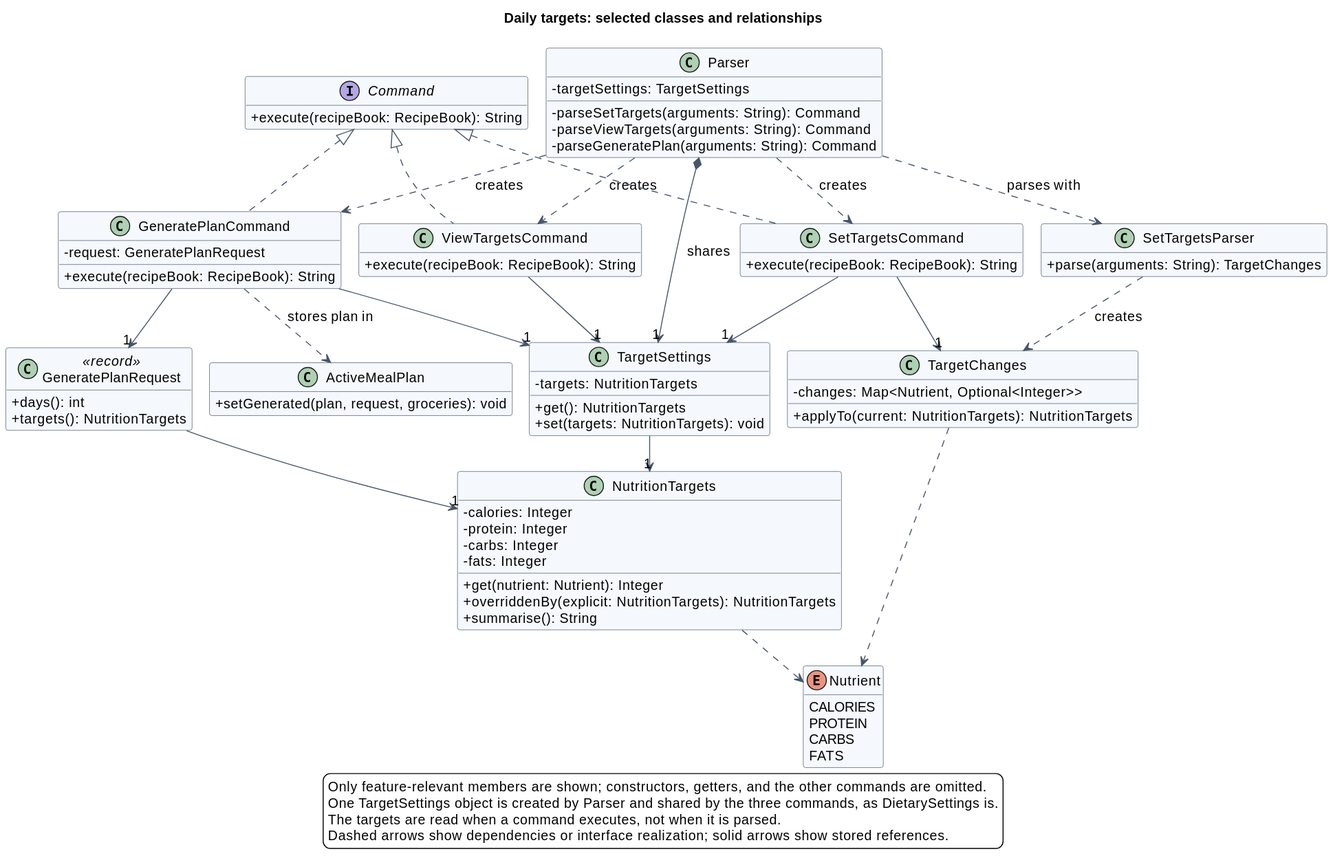
Earlier version of the PlantUML export docs/images/targets/classes.svg (AY2627S1-CS2113-W13-4/tp).
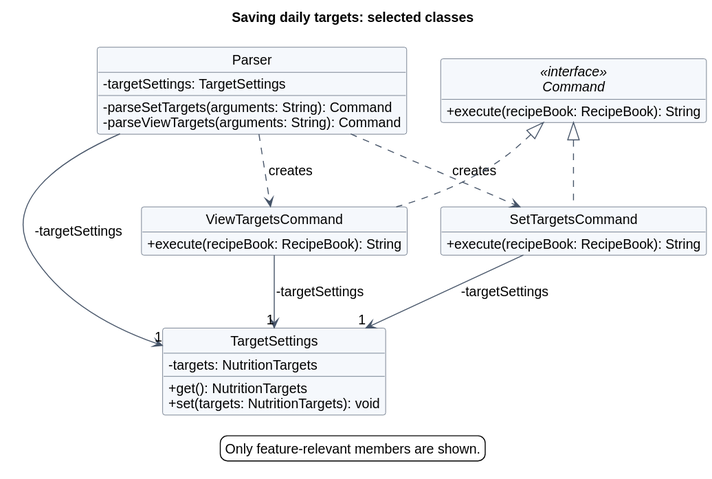
Above is the later version.

What changed in the source:
```diff
@@ -1,23 +1,20 @@
 @startuml
 !pragma layout smetana
-!include ../shortfall/style.iuml
+!include ../rixte/shortfall/style.iuml
+hide circle
 
-title Daily targets: selected classes and relationships
+title Saving daily targets: selected classes
 top to bottom direction
-skinparam nodesep 45
-skinparam ranksep 70
+skinparam nodesep 35
+skinparam ranksep 55
 hide empty members
 
 class Parser {
   - targetSettings: TargetSettings
   - parseSetTargets(arguments: String): Command
   - parseViewTargets(arguments: String): Command
-  - parseGeneratePlan(arguments: String): Command
 }
-class SetTargetsParser {
-  + parse(arguments: String): TargetChanges
-}
-interface Command {
+interface Command <<interface>> {
   + execute(recipeBook: RecipeBook): String
 }
 class SetTargetsCommand {
@@ -26,66 +23,19 @@
 class ViewTargetsCommand {
   + execute(recipeBook: RecipeBook): String
 }
-class GeneratePlanCommand {
-  - request: GeneratePlanRequest
-  + execute(recipeBook: RecipeBook): String
-}
-class TargetChanges {
-  - changes: Map<Nutrient, Optional<Integer>>
-  + applyTo(current: NutritionTargets): NutritionTargets
-}
 class TargetSettings {
   - targets: NutritionTargets
   + get(): NutritionTargets
   + set(targets: NutritionTargets): void
 }
-class NutritionTargets {
-  - calories: Integer
-  - protein: Integer
-  - carbs: Integer
-  - fats: Integer
-  + get(nutrient: Nutrient): Integer
-  + overriddenBy(explicit: NutritionTargets): NutritionTargets
-  + summarise(): String
-}
-enum Nutrient {
-  CALORIES
-  PROTEIN
-  CARBS
-  FATS
-}
-class GeneratePlanRequest <<record>> {
-  + days(): int
-  + targets(): NutritionTargets
-}
-class ActiveMealPlan {
-  + setGenerated(plan, request, groceries): void
-}
-
-Parser ..> SetTargetsParser : parses with
+Parser --> "1" TargetSettings : -targetSettings
 Parser ..> SetTargetsCommand : creates
 Parser ..> ViewTargetsCommand : creates
-Parser ..> GeneratePlanCommand : creates
-Parser *--> "1" TargetSettings : shares
-SetTargetsParser ..> TargetChanges : creates
 SetTargetsCommand .up.|> Command
 ViewTargetsCommand .up.|> Command
-GeneratePlanCommand .up.|> Command
-SetTargetsCommand --> "1" TargetChanges
-SetTargetsCommand --> "1" TargetSettings
-ViewTargetsCommand --> "1" TargetSettings
-GeneratePlanCommand --> "1" TargetSettings
-GeneratePlanCommand --> "1" GeneratePlanRequest
-GeneratePlanCommand ..> ActiveMealPlan : stores plan in
-TargetSettings --> "1" NutritionTargets
-GeneratePlanRequest --> "1" NutritionTargets
-TargetChanges ..> Nutrient
-NutritionTargets ..> Nutrient
-
+SetTargetsCommand --> "1" TargetSettings : -targetSettings
+ViewTargetsCommand --> "1" TargetSettings : -targetSettings
 legend bottom
-  Only feature-relevant members are shown; constructors, getters, and the other commands are omitted.
-  One TargetSettings object is created by Parser and shared by the three commands, as DietarySettings is.
-  The targets are read when a command executes, not when it is parsed.
-  Dashed arrows show dependencies or interface realization; solid arrows show stored references.
+  Only feature-relevant members are shown.
 endlegend
 @enduml
```
